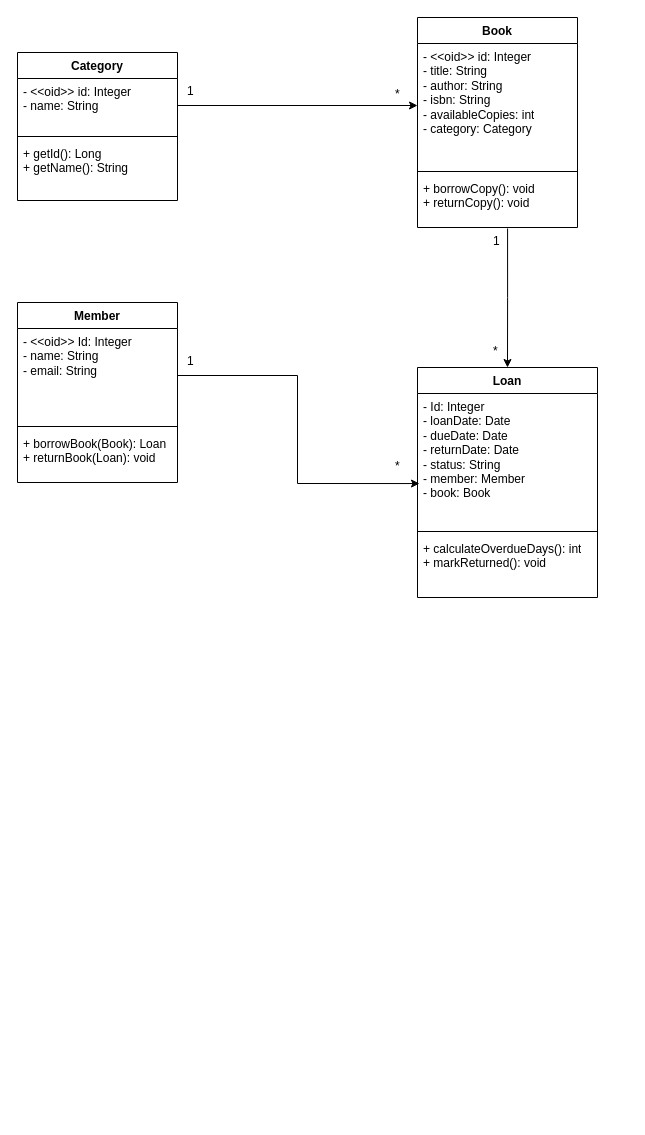
wagnereler/biblioteca-digital keeps this draw.io diagram as biblioteca-api/diagram.drawio. Above is the earlier version. Source tidied: cells renumbered, new cells numbered last; positions are measured from the earlier drawing's top-left corner, leaving out a move shared by most shapes. Both pictures are drawn from the tidied source at 100%, with x=0, y=0 at pixel (17, 17).
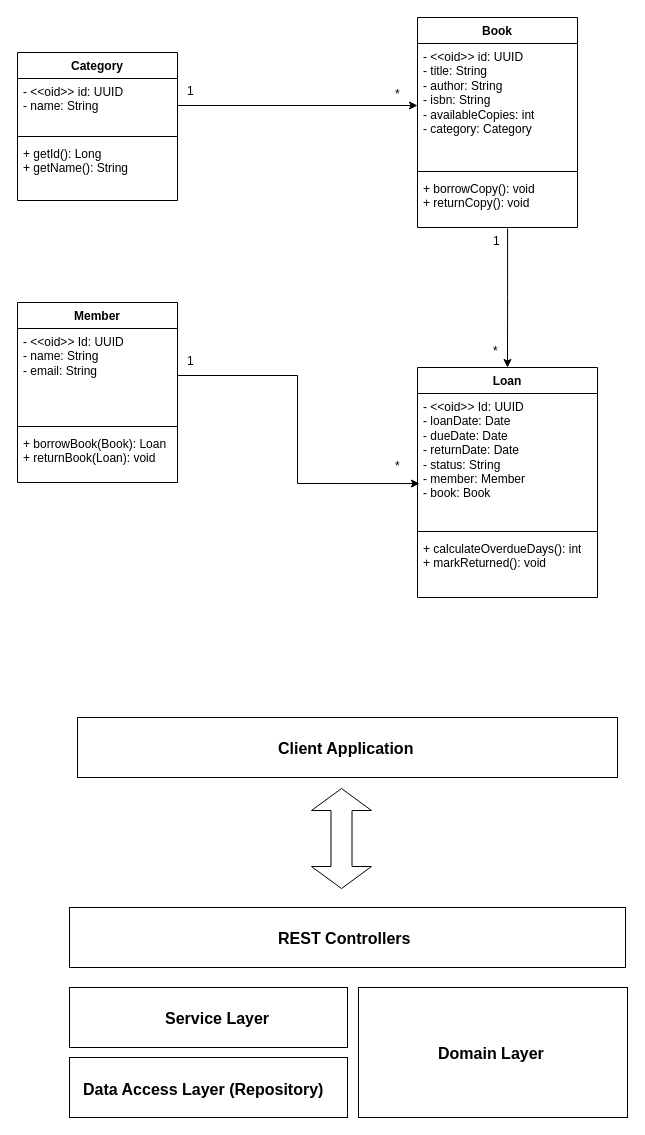
After the change.

Unchanged cells that the change refers to:
```xml
<mxCell id="2" value="Category" style="swimlane;fontStyle=1;align=center;verticalAlign=top;horizontal=1;startSize=26;whiteSpace=wrap;html=1;" parent="1" vertex="1">
  <mxGeometry y="35" width="160" height="148" as="geometry" />
</mxCell>
<mxCell id="6" value="Book" style="swimlane;fontStyle=1;align=center;verticalAlign=top;horizontal=1;startSize=26;whiteSpace=wrap;html=1;" parent="1" vertex="1">
  <mxGeometry x="400" width="160" height="210" as="geometry" />
</mxCell>
<mxCell id="10" value="Loan" style="swimlane;fontStyle=1;align=center;verticalAlign=top;horizontal=1;startSize=26;whiteSpace=wrap;html=1;" parent="1" vertex="1">
  <mxGeometry x="400" y="350" width="180" height="230" as="geometry" />
</mxCell>
<mxCell id="15" value="Member" style="swimlane;fontStyle=1;align=center;verticalAlign=top;horizontal=1;startSize=26;whiteSpace=wrap;html=1;" parent="1" vertex="1">
  <mxGeometry y="285" width="160" height="180" as="geometry" />
</mxCell>
```

What changed in the source:
```diff
@@
-    <mxCell id="3" value="- &amp;lt;&amp;lt;oid&amp;gt;&amp;gt; id: Integer&lt;div&gt;- name: String&lt;/div&gt;" style="text;strokeColor=none;fillColor=none;align=left;verticalAlign=top;spacingLeft=4;spacingRight=4;overflow=hidden;points=[[0,0.5],[1,0.5]];portConstraint=eastwest;whiteSpace=wrap;html=1;" parent="2" vertex="1">
+    <mxCell id="3" value="- &amp;lt;&amp;lt;oid&amp;gt;&amp;gt; id: UUID&lt;div&gt;- name: String&lt;/div&gt;" style="text;strokeColor=none;fillColor=none;align=left;verticalAlign=top;spacingLeft=4;spacingRight=4;overflow=hidden;points=[[0,0.5],[1,0.5]];portConstraint=eastwest;whiteSpace=wrap;html=1;" parent="2" vertex="1">
       <mxGeometry y="26" width="160" height="54" as="geometry" />
     </mxCell>
@@
-    <mxCell id="7" value="&lt;span style=&quot;text-align: center;&quot;&gt;-&amp;nbsp;&lt;/span&gt;&amp;lt;&amp;lt;oid&amp;gt;&amp;gt;&amp;nbsp;&lt;span style=&quot;text-align: center;&quot;&gt;id:&amp;nbsp;&lt;/span&gt;Integer&lt;br style=&quot;text-align: center;&quot;&gt;&lt;span style=&quot;text-align: center;&quot;&gt;- title: String&lt;/span&gt;&lt;br style=&quot;text-align: center;&quot;&gt;&lt;span style=&quot;text-align: center;&quot;&gt;- author: String&lt;/span&gt;&lt;br style=&quot;text-align: center;&quot;&gt;&lt;span style=&quot;text-align: center;&quot;&gt;- isbn: String&lt;/span&gt;&lt;br style=&quot;text-align: center;&quot;&gt;&lt;span style=&quot;text-align: center;&quot;&gt;- availableCopies: int&lt;/span&gt;&lt;br style=&quot;text-align: center;&quot;&gt;&lt;span style=&quot;text-align: center;&quot;&gt;- category: Category&lt;/span&gt;" style="text;strokeColor=none;fillColor=none;align=left;verticalAlign=top;spacingLeft=4;spacingRight=4;overflow=hidden;points=[[0,0.5],[1,0.5]];portConstraint=eastwest;whiteSpace=wrap;html=1;" parent="6" vertex="1">
+    <mxCell id="7" value="&lt;span style=&quot;text-align: center;&quot;&gt;-&amp;nbsp;&lt;/span&gt;&amp;lt;&amp;lt;oid&amp;gt;&amp;gt;&amp;nbsp;&lt;span style=&quot;text-align: center;&quot;&gt;id:&amp;nbsp;&lt;/span&gt;UUID&lt;br style=&quot;text-align: center;&quot;&gt;&lt;span style=&quot;text-align: center;&quot;&gt;- title: String&lt;/span&gt;&lt;br style=&quot;text-align: center;&quot;&gt;&lt;span style=&quot;text-align: center;&quot;&gt;- author: String&lt;/span&gt;&lt;br style=&quot;text-align: center;&quot;&gt;&lt;span style=&quot;text-align: center;&quot;&gt;- isbn: String&lt;/span&gt;&lt;br style=&quot;text-align: center;&quot;&gt;&lt;span style=&quot;text-align: center;&quot;&gt;- availableCopies: int&lt;/span&gt;&lt;br style=&quot;text-align: center;&quot;&gt;&lt;span style=&quot;text-align: center;&quot;&gt;- category: Category&lt;/span&gt;" style="text;strokeColor=none;fillColor=none;align=left;verticalAlign=top;spacingLeft=4;spacingRight=4;overflow=hidden;points=[[0,0.5],[1,0.5]];portConstraint=eastwest;whiteSpace=wrap;html=1;" parent="6" vertex="1">
       <mxGeometry y="26" width="160" height="124" as="geometry" />
     </mxCell>
@@
-    <mxCell id="11" value="&lt;span style=&quot;text-align: center;&quot;&gt;- Id:&amp;nbsp;&lt;/span&gt;Integer&lt;br style=&quot;text-align: center;&quot;&gt;&lt;span style=&quot;text-align: center;&quot;&gt;- loanDate: Date&lt;/span&gt;&lt;br style=&quot;text-align: center;&quot;&gt;&lt;span style=&quot;text-align: center;&quot;&gt;- dueDate: Date&lt;/span&gt;&lt;br style=&quot;text-align: center;&quot;&gt;&lt;span style=&quot;text-align: center;&quot;&gt;- returnDate: Date&lt;/span&gt;&lt;br style=&quot;text-align: center;&quot;&gt;&lt;span style=&quot;text-align: center;&quot;&gt;- status: String&lt;/span&gt;&lt;br style=&quot;text-align: center;&quot;&gt;&lt;span style=&quot;text-align: center;&quot;&gt;- member: Member&lt;/span&gt;&lt;br style=&quot;text-align: center;&quot;&gt;&lt;span style=&quot;text-align: center;&quot;&gt;- book: Book&lt;/span&gt;" style="text;strokeColor=none;fillColor=none;align=left;verticalAlign=top;spacingLeft=4;spacingRight=4;overflow=hidden;points=[[0,0.5],[1,0.5]];portConstraint=eastwest;whiteSpace=wrap;html=1;" parent="10" vertex="1">
+    <mxCell id="11" value="&lt;span style=&quot;text-align: center;&quot;&gt;-&amp;nbsp;&lt;/span&gt;&amp;lt;&amp;lt;oid&amp;gt;&amp;gt;&amp;nbsp;&lt;span style=&quot;text-align: center;&quot;&gt;Id:&amp;nbsp;&lt;/span&gt;UUID&lt;br style=&quot;text-align: center;&quot;&gt;&lt;span style=&quot;text-align: center;&quot;&gt;- loanDate: Date&lt;/span&gt;&lt;br style=&quot;text-align: center;&quot;&gt;&lt;span style=&quot;text-align: center;&quot;&gt;- dueDate: Date&lt;/span&gt;&lt;br style=&quot;text-align: center;&quot;&gt;&lt;span style=&quot;text-align: center;&quot;&gt;- returnDate: Date&lt;/span&gt;&lt;br style=&quot;text-align: center;&quot;&gt;&lt;span style=&quot;text-align: center;&quot;&gt;- status: String&lt;/span&gt;&lt;br style=&quot;text-align: center;&quot;&gt;&lt;span style=&quot;text-align: center;&quot;&gt;- member: Member&lt;/span&gt;&lt;br style=&quot;text-align: center;&quot;&gt;&lt;span style=&quot;text-align: center;&quot;&gt;- book: Book&lt;/span&gt;" style="text;strokeColor=none;fillColor=none;align=left;verticalAlign=top;spacingLeft=4;spacingRight=4;overflow=hidden;points=[[0,0.5],[1,0.5]];portConstraint=eastwest;whiteSpace=wrap;html=1;" parent="10" vertex="1">
       <mxGeometry y="26" width="180" height="134" as="geometry" />
     </mxCell>
@@
-    <mxCell id="16" value="&lt;span style=&quot;text-align: center;&quot;&gt;-&amp;nbsp;&lt;/span&gt;&amp;lt;&amp;lt;oid&amp;gt;&amp;gt;&amp;nbsp;&lt;span style=&quot;text-align: center;&quot;&gt;Id:&amp;nbsp;&lt;/span&gt;Integer&lt;br style=&quot;text-align: center;&quot;&gt;&lt;span style=&quot;text-align: center;&quot;&gt;- name: String&lt;/span&gt;&lt;br style=&quot;text-align: center;&quot;&gt;&lt;span style=&quot;text-align: center;&quot;&gt;- email: String&lt;/span&gt;" style="text;strokeColor=none;fillColor=none;align=left;verticalAlign=top;spacingLeft=4;spacingRight=4;overflow=hidden;points=[[0,0.5],[1,0.5]];portConstraint=eastwest;whiteSpace=wrap;html=1;" parent="15" vertex="1">
+    <mxCell id="16" value="&lt;span style=&quot;text-align: center;&quot;&gt;-&amp;nbsp;&lt;/span&gt;&amp;lt;&amp;lt;oid&amp;gt;&amp;gt;&amp;nbsp;&lt;span style=&quot;text-align: center;&quot;&gt;Id:&amp;nbsp;&lt;/span&gt;UUID&lt;br style=&quot;text-align: center;&quot;&gt;&lt;span style=&quot;text-align: center;&quot;&gt;- name: String&lt;/span&gt;&lt;br style=&quot;text-align: center;&quot;&gt;&lt;span style=&quot;text-align: center;&quot;&gt;- email: String&lt;/span&gt;" style="text;strokeColor=none;fillColor=none;align=left;verticalAlign=top;spacingLeft=4;spacingRight=4;overflow=hidden;points=[[0,0.5],[1,0.5]];portConstraint=eastwest;whiteSpace=wrap;html=1;" parent="15" vertex="1">
       <mxGeometry y="26" width="160" height="94" as="geometry" />
     </mxCell>
@@
+    <mxCell id="27" style="rounded=0;whiteSpace=wrap;html=1;" parent="1" vertex="1">
+      <mxGeometry x="52" y="890" width="556" height="60" as="geometry" />
+    </mxCell>
+    <mxCell id="28" style="rounded=0;whiteSpace=wrap;html=1;" parent="1" vertex="1">
+      <mxGeometry x="60" y="700" width="540" height="60" as="geometry" />
+    </mxCell>
+    <mxCell id="29" style="html=1;shadow=0;dashed=0;align=center;verticalAlign=middle;shape=mxgraph.arrows2.twoWayArrow;dy=0.65;dx=22;rotation=-90;" parent="1" vertex="1">
+      <mxGeometry x="274" y="791" width="100" height="60" as="geometry" />
+    </mxCell>
+    <mxCell id="30" style="rounded=0;whiteSpace=wrap;html=1;" parent="1" vertex="1">
+      <mxGeometry x="52" y="970" width="278" height="60" as="geometry" />
+    </mxCell>
+    <mxCell id="31" style="rounded=0;whiteSpace=wrap;html=1;" parent="1" vertex="1">
+      <mxGeometry x="52" y="1040" width="278" height="60" as="geometry" />
+    </mxCell>
+    <mxCell id="32" style="rounded=0;whiteSpace=wrap;html=1;" parent="1" vertex="1">
+      <mxGeometry x="341" y="970" width="269" height="130" as="geometry" />
+    </mxCell>
+    <mxCell id="33" value="&lt;font style=&quot;font-size: 16px;&quot;&gt;&lt;b&gt;Client Application&lt;/b&gt;&lt;/font&gt;" style="text;strokeColor=none;fillColor=none;align=left;verticalAlign=top;spacingLeft=4;spacingRight=4;overflow=hidden;whiteSpace=wrap;html=1;" parent="1" vertex="1">
+      <mxGeometry x="255" y="715" width="150" height="30" as="geometry" />
+    </mxCell>
+    <mxCell id="34" value="&lt;span style=&quot;font-size: 16px;&quot;&gt;&lt;b&gt;REST Controllers&lt;/b&gt;&lt;/span&gt;" style="text;strokeColor=none;fillColor=none;align=left;verticalAlign=top;spacingLeft=4;spacingRight=4;overflow=hidden;whiteSpace=wrap;html=1;" parent="1" vertex="1">
+      <mxGeometry x="255" y="905" width="150" height="30" as="geometry" />
+    </mxCell>
+    <mxCell id="35" value="&lt;span style=&quot;font-size: 16px;&quot;&gt;&lt;b&gt;Service Layer&lt;/b&gt;&lt;/span&gt;" style="text;strokeColor=none;fillColor=none;align=left;verticalAlign=top;spacingLeft=4;spacingRight=4;overflow=hidden;whiteSpace=wrap;html=1;" parent="1" vertex="1">
+      <mxGeometry x="142" y="985" width="118" height="30" as="geometry" />
+    </mxCell>
+    <mxCell id="36" value="&lt;span style=&quot;font-size: 16px;&quot;&gt;&lt;b&gt;Data Access Layer (Repository)&lt;/b&gt;&lt;/span&gt;" style="text;strokeColor=none;fillColor=none;align=left;verticalAlign=top;spacingLeft=4;spacingRight=4;overflow=hidden;whiteSpace=wrap;html=1;" parent="1" vertex="1">
+      <mxGeometry x="60" y="1056" width="260" height="30" as="geometry" />
+    </mxCell>
+    <mxCell id="37" value="&lt;span style=&quot;font-size: 16px;&quot;&gt;&lt;b&gt;Domain Layer&lt;/b&gt;&lt;/span&gt;" style="text;strokeColor=none;fillColor=none;align=left;verticalAlign=top;spacingLeft=4;spacingRight=4;overflow=hidden;whiteSpace=wrap;html=1;" parent="1" vertex="1">
+      <mxGeometry x="415" y="1020" width="121" height="30" as="geometry" />
+    </mxCell>
```
